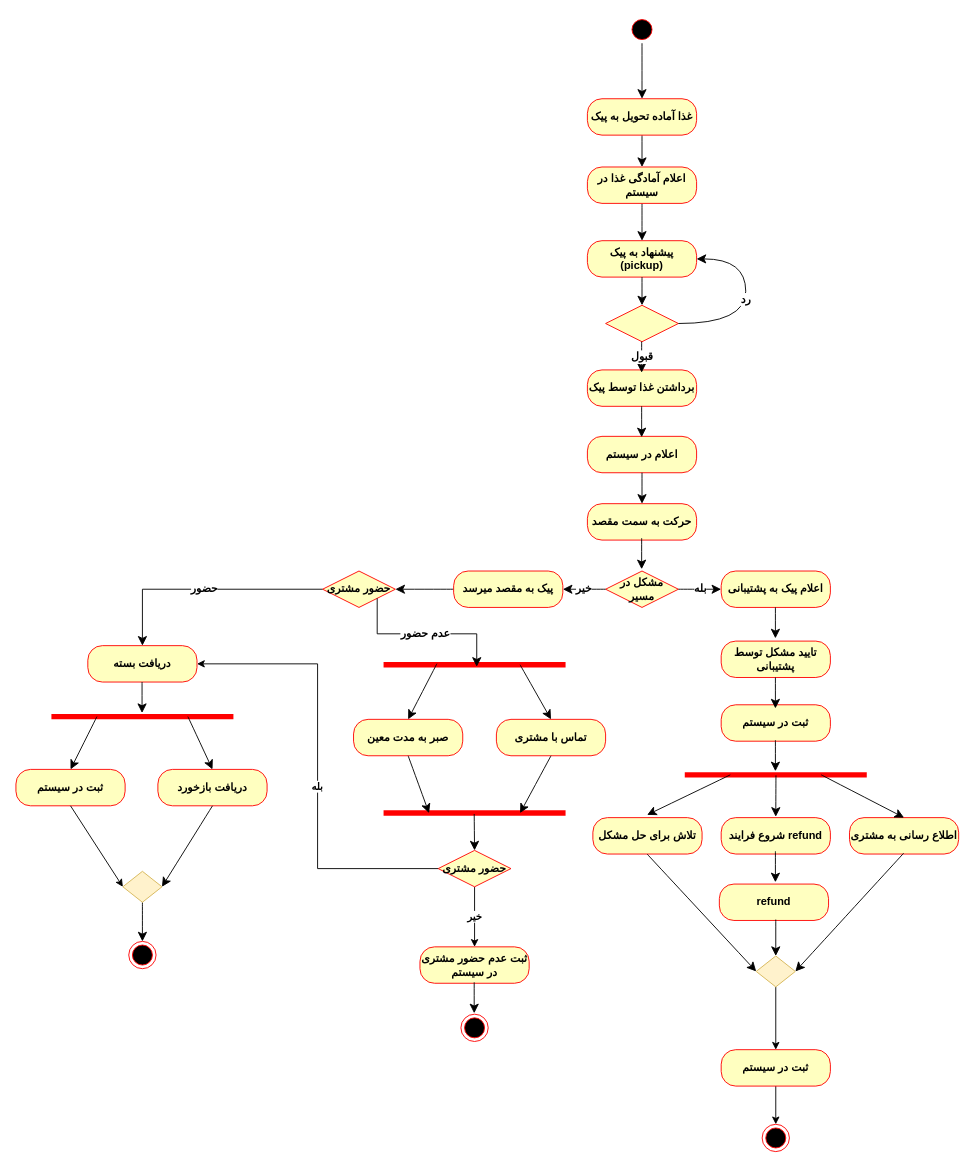
Earlier version of the draw.io diagram activity.drawio (aqua1252/tasks). Source tidied: cells renumbered, new cells numbered last; positions are measured from the earlier drawing's top-left corner, leaving out a move shared by most shapes. Both pictures are drawn from the tidied source at 91%, with x=0, y=0 at pixel (15, 15).
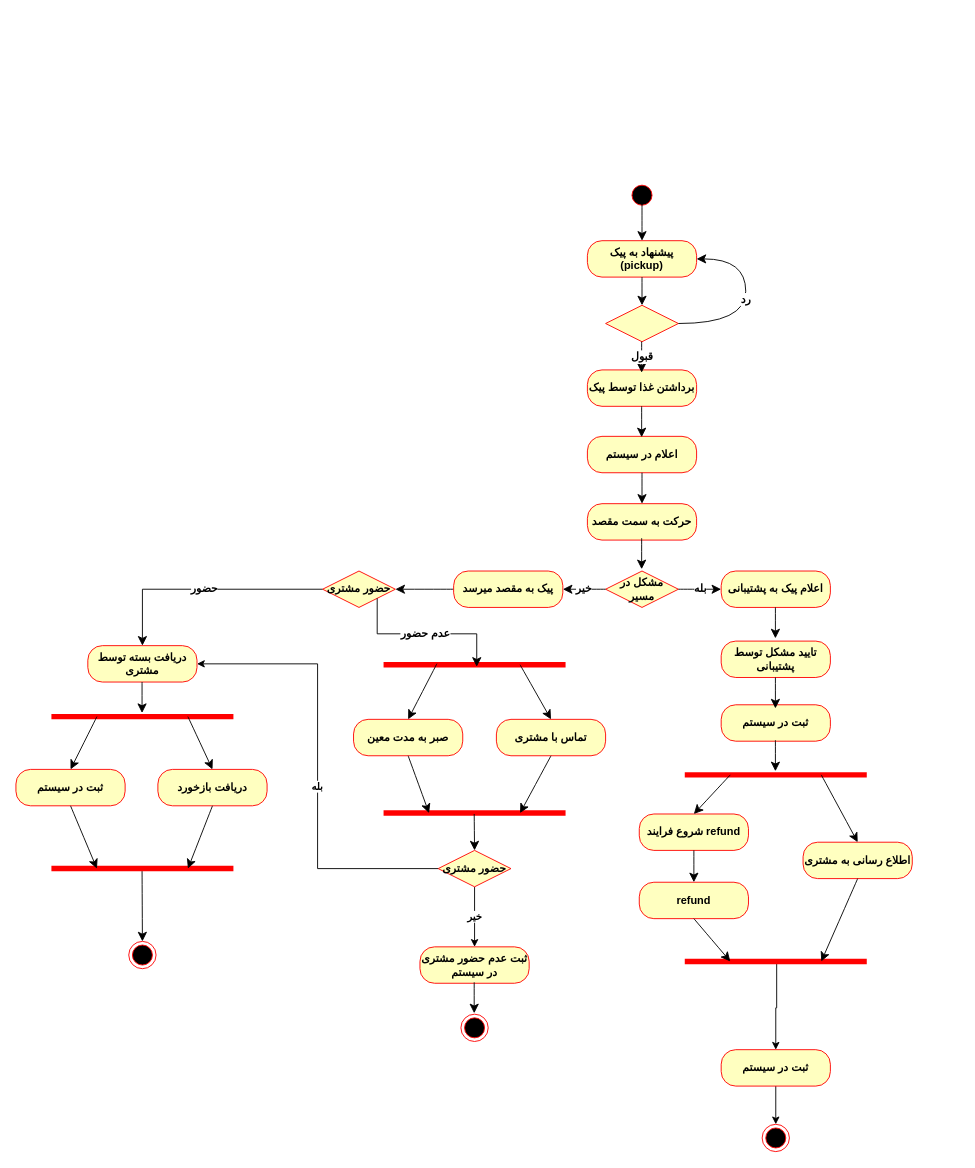
Above is the later version.

Unchanged cells that the change refers to:
```xml
<mxCell id="7" style="shape=line;html=1;strokeWidth=6;strokeColor=#ff0000;fontStyle=1;" parent="1" vertex="1">
  <mxGeometry x="735" y="829" width="200" height="10" as="geometry" />
</mxCell>
<mxCell id="10" value="پیشنهاد به پیک (pickup)" style="rounded=1;whiteSpace=wrap;html=1;arcSize=40;fontColor=#000000;fillColor=#ffffc0;strokeColor=#ff0000;fontStyle=1;" parent="1" vertex="1">
  <mxGeometry x="628" y="247" width="120" height="40" as="geometry" />
</mxCell>
<mxCell id="31" value="ثبت در سیستم" style="rounded=1;whiteSpace=wrap;html=1;arcSize=40;fontColor=#000000;fillColor=#ffffc0;strokeColor=#ff0000;fontStyle=1;" parent="1" vertex="1">
  <mxGeometry y="828" width="120" height="40" as="geometry" />
</mxCell>
<mxCell id="37" value="دریافت بازخورد" style="rounded=1;whiteSpace=wrap;html=1;arcSize=40;fontColor=#000000;fillColor=#ffffc0;strokeColor=#ff0000;fontStyle=1;" parent="1" vertex="1">
  <mxGeometry x="156" y="828" width="120" height="40" as="geometry" />
</mxCell>
<mxCell id="59" style="ellipse;html=1;shape=endState;fillColor=#000000;strokeColor=#ff0000;fontStyle=1;" parent="1" vertex="1">
  <mxGeometry x="124" y="1017" width="30" height="30" as="geometry" />
</mxCell>
<mxCell id="77" value="ثبت در سیستم" style="rounded=1;whiteSpace=wrap;html=1;arcSize=40;fontColor=#000000;fillColor=#ffffc0;strokeColor=#ff0000;fontStyle=1;" parent="1" vertex="1">
  <mxGeometry x="775" y="1136" width="120" height="40" as="geometry" />
</mxCell>
```

The edit, as a diff of the source:
```diff
@@
-    <mxCell id="2" style="edgeStyle=none;curved=1;rounded=0;jettySize=auto;html=1;fontSize=12;startSize=8;endSize=8;fontStyle=1;" parent="1" edge="1" source="3" target="5">
-      <mxGeometry relative="1" as="geometry" />
-    </mxCell>
     <mxCell id="3" style="ellipse;html=1;shape=startState;fillColor=#000000;strokeColor=#ff0000;fontStyle=1;" parent="1" vertex="1">
-      <mxGeometry x="673" width="30" height="30" as="geometry" />
+      <mxGeometry x="673" y="182" width="30" height="30" as="geometry" />
     </mxCell>
-    <mxCell id="4" style="edgeStyle=none;curved=1;rounded=0;jettySize=auto;html=1;fontSize=12;startSize=8;endSize=8;fontStyle=1;" parent="1" edge="1" source="5" target="9">
-      <mxGeometry relative="1" as="geometry" />
-    </mxCell>
-    <mxCell id="5" value="غذا آماده تحویل به پیک" style="rounded=1;whiteSpace=wrap;html=1;arcSize=40;fontColor=#000000;fillColor=#ffffc0;strokeColor=#ff0000;fontStyle=1;" parent="1" vertex="1">
-      <mxGeometry x="628" y="91" width="120" height="40" as="geometry" />
-    </mxCell>
@@
-    <mxCell id="8" style="edgeStyle=none;curved=1;rounded=0;jettySize=auto;html=1;fontSize=12;startSize=8;endSize=8;fontStyle=1;" parent="1" edge="1" source="9" target="10">
-      <mxGeometry relative="1" as="geometry" />
+    <mxCell id="8" style="edgeStyle=none;curved=1;rounded=0;jettySize=auto;html=1;fontSize=12;startSize=8;endSize=8;fontStyle=1;" parent="1" edge="1" target="10">
+      <mxGeometry relative="1" as="geometry">
+        <mxPoint x="688" y="206" as="sourcePoint" />
+      </mxGeometry>
     </mxCell>
-    <mxCell id="9" value="اعلام آمادگی غذا در سیستم" style="rounded=1;whiteSpace=wrap;html=1;arcSize=40;fontColor=#000000;fillColor=#ffffc0;strokeColor=#ff0000;fontStyle=1;" parent="1" vertex="1">
-      <mxGeometry x="628" y="166" width="120" height="40" as="geometry" />
-    </mxCell>
@@
     <mxCell id="23" value="شروع فرایند refund" style="rounded=1;whiteSpace=wrap;html=1;arcSize=40;fontColor=#000000;fillColor=#ffffc0;strokeColor=#ff0000;fontStyle=1;" parent="1" vertex="1">
-      <mxGeometry x="775" y="881" width="120" height="40" as="geometry" />
+      <mxGeometry x="685" y="877" width="120" height="40" as="geometry" />
     </mxCell>
     <mxCell id="24" value="اطلاع رسانی به مشتری" style="rounded=1;whiteSpace=wrap;html=1;arcSize=40;fontColor=#000000;fillColor=#ffffc0;strokeColor=#ff0000;fontStyle=1;" parent="1" vertex="1">
-      <mxGeometry x="916" y="881" width="120" height="40" as="geometry" />
+      <mxGeometry x="865" y="908" width="120" height="40" as="geometry" />
     </mxCell>
-    <mxCell id="25" value="تلاش برای حل مشکل" style="rounded=1;whiteSpace=wrap;html=1;arcSize=40;fontColor=#000000;fillColor=#ffffc0;strokeColor=#ff0000;fontStyle=1;" parent="1" vertex="1">
-      <mxGeometry x="634" y="881" width="120" height="40" as="geometry" />
-    </mxCell>
@@
     <mxCell id="27" value="refund" style="rounded=1;whiteSpace=wrap;html=1;arcSize=40;fontColor=#000000;fillColor=#ffffc0;strokeColor=#ff0000;fontStyle=1;" parent="1" vertex="1">
-      <mxGeometry x="773" y="954" width="120" height="40" as="geometry" />
+      <mxGeometry x="685" y="952" width="120" height="40" as="geometry" />
     </mxCell>
@@
-    <mxCell id="29" value="دریافت بسته" style="rounded=1;whiteSpace=wrap;html=1;arcSize=40;fontColor=#000000;fillColor=#ffffc0;strokeColor=#ff0000;fontStyle=1;" parent="1" vertex="1">
+    <mxCell id="29" value="دریافت بسته توسط مشتری" style="rounded=1;whiteSpace=wrap;html=1;arcSize=40;fontColor=#000000;fillColor=#ffffc0;strokeColor=#ff0000;fontStyle=1;" parent="1" vertex="1">
       <mxGeometry x="79" y="692" width="120" height="40" as="geometry" />
     </mxCell>
@@
-    <mxCell id="44" style="endArrow=classic;html=1;rounded=0;fontSize=12;startSize=8;endSize=8;curved=1;exitX=0.5;exitY=1;exitDx=0;exitDy=0;entryX=0.5;entryY=0;entryDx=0;entryDy=0;fontStyle=1;" parent="1" edge="1">
-      <mxGeometry relative="1" as="geometry">
-        <mxPoint x="834.6" y="918" as="sourcePoint" />
-        <mxPoint x="834.6" y="952" as="targetPoint" />
-      </mxGeometry>
-    </mxCell>
@@
-    <mxCell id="54" style="endArrow=classic;html=1;rounded=0;fontSize=12;startSize=8;endSize=8;curved=1;exitX=0.501;exitY=0.55;exitDx=0;exitDy=0;exitPerimeter=0;fontStyle=1;" parent="1" edge="1" source="7">
-      <mxGeometry relative="1" as="geometry">
-        <mxPoint x="835" y="880" as="targetPoint" />
-      </mxGeometry>
-    </mxCell>
-    <mxCell id="55" style="endArrow=classic;html=1;rounded=0;fontSize=12;startSize=8;endSize=8;curved=1;exitX=0.25;exitY=0.5;exitDx=0;exitDy=0;entryX=0.5;entryY=0;entryDx=0;entryDy=0;exitPerimeter=0;fontStyle=1;" parent="1" edge="1" source="7">
-      <mxGeometry relative="1" as="geometry">
-        <mxPoint x="693.6" y="878" as="targetPoint" />
-      </mxGeometry>
+    <mxCell id="55" style="endArrow=classic;html=1;rounded=0;fontSize=12;startSize=8;endSize=8;curved=1;exitX=0.25;exitY=0.5;exitDx=0;exitDy=0;entryX=0.5;entryY=0;entryDx=0;entryDy=0;exitPerimeter=0;fontStyle=1;" parent="1" edge="1" source="7" target="23">
+      <mxGeometry relative="1" as="geometry" />
     </mxCell>
@@
-    <mxCell id="62" style="endArrow=classic;html=1;rounded=0;fontSize=12;startSize=8;endSize=8;curved=1;entryX=0.5;entryY=0;entryDx=0;entryDy=0;exitX=0.5;exitY=1;exitDx=0;exitDy=0;fontStyle=1;" parent="1" edge="1" source="68" target="59">
+    <mxCell id="62" style="endArrow=classic;html=1;rounded=0;fontSize=12;startSize=8;endSize=8;curved=1;entryX=0.5;entryY=0;entryDx=0;entryDy=0;exitX=0.498;exitY=0.407;exitDx=0;exitDy=0;fontStyle=1;exitPerimeter=0;" parent="1" edge="1" source="82" target="59">
       <mxGeometry relative="1" as="geometry" />
     </mxCell>
-    <mxCell id="63" style="endArrow=classic;html=1;rounded=0;fontSize=12;startSize=8;endSize=8;curved=1;exitX=0.5;exitY=1;exitDx=0;exitDy=0;entryX=1;entryY=0.5;entryDx=0;entryDy=0;fontStyle=1;" parent="1" edge="1" source="37" target="68">
-      <mxGeometry relative="1" as="geometry" />
-    </mxCell>
@@
-    <mxCell id="65" style="endArrow=classic;html=1;rounded=0;fontSize=12;startSize=8;endSize=8;curved=1;exitX=0.5;exitY=1;exitDx=0;exitDy=0;entryX=0;entryY=0.5;entryDx=0;entryDy=0;fontStyle=1;" parent="1" edge="1" target="71">
-      <mxGeometry relative="1" as="geometry">
-        <mxPoint x="693.6" y="921" as="sourcePoint" />
-      </mxGeometry>
-    </mxCell>
-    <mxCell id="66" style="endArrow=classic;html=1;rounded=0;fontSize=12;startSize=8;endSize=8;curved=1;exitX=0.5;exitY=1;exitDx=0;exitDy=0;entryX=0.5;entryY=0;entryDx=0;entryDy=0;fontStyle=1;" parent="1" edge="1" target="71">
-      <mxGeometry relative="1" as="geometry">
-        <mxPoint x="835" y="993" as="sourcePoint" />
-      </mxGeometry>
-    </mxCell>
-    <mxCell id="67" style="endArrow=classic;html=1;rounded=0;fontSize=12;startSize=8;endSize=8;curved=1;exitX=0.5;exitY=1;exitDx=0;exitDy=0;entryX=1;entryY=0.5;entryDx=0;entryDy=0;fontStyle=1;" parent="1" edge="1" target="71">
-      <mxGeometry relative="1" as="geometry">
-        <mxPoint x="975.6" y="920" as="sourcePoint" />
-      </mxGeometry>
-    </mxCell>
-    <mxCell id="68" style="rhombus;whiteSpace=wrap;html=1;fillColor=#fff2cc;strokeColor=#d6b656;" parent="1" vertex="1">
-      <mxGeometry x="117.5" y="940" width="43" height="34" as="geometry" />
-    </mxCell>
-    <mxCell id="69" style="endArrow=classic;html=1;rounded=0;entryX=0;entryY=0.5;entryDx=0;entryDy=0;exitX=0.5;exitY=1;exitDx=0;exitDy=0;" parent="1" edge="1" source="31" target="68">
-      <mxGeometry relative="1" as="geometry" />
-    </mxCell>
-    <mxCell id="70" style="edgeStyle=orthogonalEdgeStyle;rounded=0;jettySize=auto;html=1;" parent="1" edge="1" source="71" target="77">
+    <mxCell id="70" style="edgeStyle=orthogonalEdgeStyle;rounded=0;jettySize=auto;html=1;exitX=0.505;exitY=0.524;exitDx=0;exitDy=0;exitPerimeter=0;" parent="1" edge="1" source="78" target="77">
       <mxGeometry relative="1" as="geometry" />
     </mxCell>
-    <mxCell id="71" style="rhombus;whiteSpace=wrap;html=1;fillColor=#fff2cc;strokeColor=#d6b656;" parent="1" vertex="1">
-      <mxGeometry x="813.5" y="1033" width="43" height="34" as="geometry" />
-    </mxCell>
@@
+    <mxCell id="78" style="shape=line;html=1;strokeWidth=6;strokeColor=#ff0000;fontStyle=1;" parent="1" vertex="1">
+      <mxGeometry x="735" y="1034" width="200" height="10" as="geometry" />
+    </mxCell>
+    <mxCell id="79" style="endArrow=classic;html=1;rounded=0;fontSize=12;startSize=8;endSize=8;curved=1;exitX=0.5;exitY=1;exitDx=0;exitDy=0;entryX=0.75;entryY=0.5;entryDx=0;entryDy=0;fontStyle=1;entryPerimeter=0;" parent="1" edge="1" source="24" target="78">
+      <mxGeometry relative="1" as="geometry" />
+    </mxCell>
+    <mxCell id="80" style="endArrow=classic;html=1;rounded=0;fontSize=12;startSize=8;endSize=8;curved=1;exitX=0.5;exitY=1;exitDx=0;exitDy=0;entryX=0.5;entryY=0;entryDx=0;entryDy=0;fontStyle=1;" parent="1" edge="1" source="23" target="27">
+      <mxGeometry relative="1" as="geometry" />
+    </mxCell>
+    <mxCell id="81" style="endArrow=classic;html=1;rounded=0;fontSize=12;startSize=8;endSize=8;curved=1;exitX=0.5;exitY=1;exitDx=0;exitDy=0;entryX=0.25;entryY=0.5;entryDx=0;entryDy=0;fontStyle=1;entryPerimeter=0;" parent="1" edge="1" source="27" target="78">
+      <mxGeometry relative="1" as="geometry" />
+    </mxCell>
+    <mxCell id="82" style="shape=line;html=1;strokeWidth=6;strokeColor=#ff0000;fontStyle=1;" parent="1" vertex="1">
+      <mxGeometry x="39" y="932" width="200" height="10" as="geometry" />
+    </mxCell>
+    <mxCell id="83" style="endArrow=classic;html=1;rounded=0;fontSize=12;startSize=8;endSize=8;curved=1;exitX=0.5;exitY=1;exitDx=0;exitDy=0;entryX=0.25;entryY=0.5;entryDx=0;entryDy=0;fontStyle=1;entryPerimeter=0;" parent="1" edge="1" source="31" target="82">
+      <mxGeometry relative="1" as="geometry" />
+    </mxCell>
+    <mxCell id="84" style="endArrow=classic;html=1;rounded=0;fontSize=12;startSize=8;endSize=8;curved=1;exitX=0.5;exitY=1;exitDx=0;exitDy=0;entryX=0.75;entryY=0.5;entryDx=0;entryDy=0;fontStyle=1;entryPerimeter=0;" parent="1" edge="1" source="37" target="82">
+      <mxGeometry relative="1" as="geometry" />
+    </mxCell>
```
